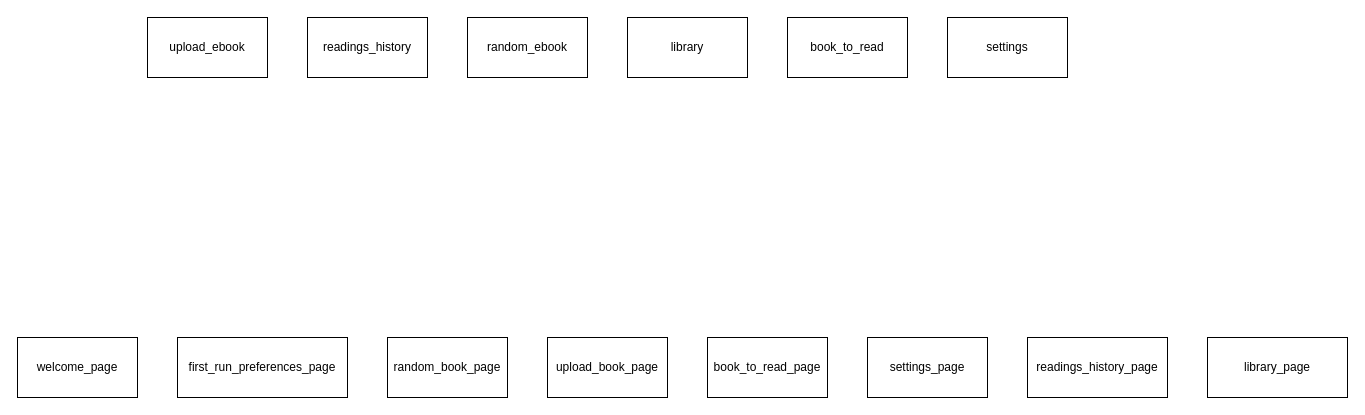
Above: dependencies_graph.drawio in Jurgen-Alla/my-librarian-old- (draw.io), before the change. Source tidied: cells renumbered, new cells numbered last; positions are measured from the earlier drawing's top-left corner, leaving out a move shared by most shapes. Both pictures are drawn from the tidied source at 100%, with x=0, y=0 at pixel (17, 17).
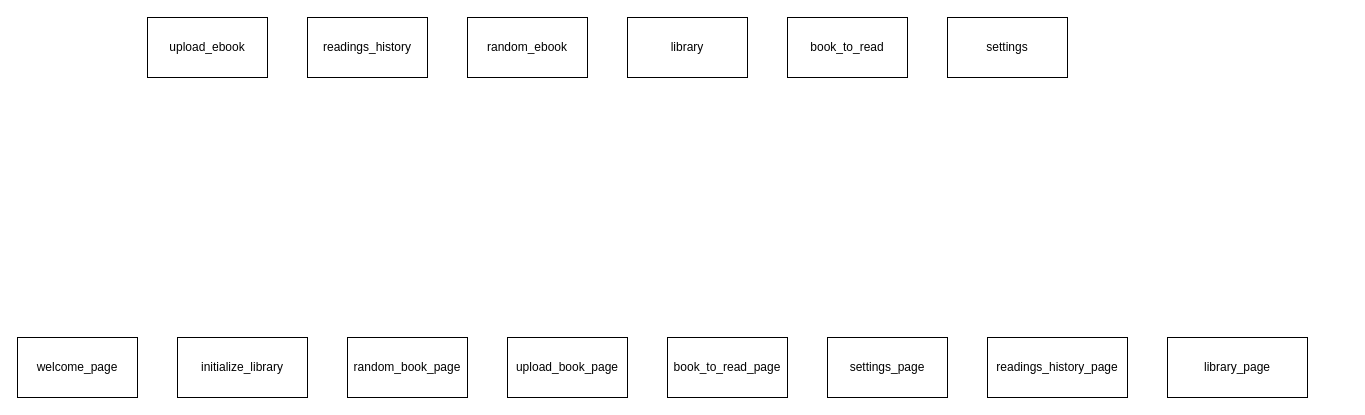
Above is the later version.

What changed in the source:
```diff
@@
 <mxGraphModel>
   <root>
     <mxCell id="0" />
     <mxCell id="1" parent="0" />
     <mxCell id="2" value="upload_ebook" style="rounded=0;whiteSpace=wrap;html=1;" parent="1" vertex="1">
       <mxGeometry x="130" width="120" height="60" as="geometry" />
     </mxCell>
     <mxCell id="3" value="readings_history" style="rounded=0;whiteSpace=wrap;html=1;" parent="1" vertex="1">
       <mxGeometry x="290" width="120" height="60" as="geometry" />
     </mxCell>
     <mxCell id="4" value="random_ebook" style="rounded=0;whiteSpace=wrap;html=1;" parent="1" vertex="1">
       <mxGeometry x="450" width="120" height="60" as="geometry" />
     </mxCell>
     <mxCell id="5" value="library" style="rounded=0;whiteSpace=wrap;html=1;" parent="1" vertex="1">
       <mxGeometry x="610" width="120" height="60" as="geometry" />
     </mxCell>
     <mxCell id="6" value="book_to_read" style="rounded=0;whiteSpace=wrap;html=1;" parent="1" vertex="1">
       <mxGeometry x="770" width="120" height="60" as="geometry" />
     </mxCell>
     <mxCell id="7" value="settings" style="rounded=0;whiteSpace=wrap;html=1;" parent="1" vertex="1">
       <mxGeometry x="930" width="120" height="60" as="geometry" />
     </mxCell>
-    <mxCell id="8" value="first_run_preferences_page" style="rounded=0;whiteSpace=wrap;html=1;" parent="1" vertex="1">
-      <mxGeometry x="160" y="320" width="170" height="60" as="geometry" />
+    <mxCell id="8" value="initialize_library" style="rounded=0;whiteSpace=wrap;html=1;" parent="1" vertex="1">
+      <mxGeometry x="160" y="320" width="130" height="60" as="geometry" />
     </mxCell>
     <mxCell id="9" value="welcome_page" style="rounded=0;whiteSpace=wrap;html=1;" parent="1" vertex="1">
       <mxGeometry y="320" width="120" height="60" as="geometry" />
     </mxCell>
     <mxCell id="10" value="random_book_page" style="rounded=0;whiteSpace=wrap;html=1;" parent="1" vertex="1">
-      <mxGeometry x="370" y="320" width="120" height="60" as="geometry" />
+      <mxGeometry x="330" y="320" width="120" height="60" as="geometry" />
     </mxCell>
     <mxCell id="11" value="upload_book_page" style="rounded=0;whiteSpace=wrap;html=1;" parent="1" vertex="1">
-      <mxGeometry x="530" y="320" width="120" height="60" as="geometry" />
+      <mxGeometry x="490" y="320" width="120" height="60" as="geometry" />
     </mxCell>
     <mxCell id="12" value="book_to_read_page" style="rounded=0;whiteSpace=wrap;html=1;" parent="1" vertex="1">
-      <mxGeometry x="690" y="320" width="120" height="60" as="geometry" />
+      <mxGeometry x="650" y="320" width="120" height="60" as="geometry" />
     </mxCell>
     <mxCell id="13" value="settings_page" style="rounded=0;whiteSpace=wrap;html=1;" parent="1" vertex="1">
-      <mxGeometry x="850" y="320" width="120" height="60" as="geometry" />
+      <mxGeometry x="810" y="320" width="120" height="60" as="geometry" />
     </mxCell>
     <mxCell id="14" value="readings_history_page" style="rounded=0;whiteSpace=wrap;html=1;" parent="1" vertex="1">
-      <mxGeometry x="1010" y="320" width="140" height="60" as="geometry" />
+      <mxGeometry x="970" y="320" width="140" height="60" as="geometry" />
     </mxCell>
     <mxCell id="15" value="library_page" style="rounded=0;whiteSpace=wrap;html=1;" parent="1" vertex="1">
-      <mxGeometry x="1190" y="320" width="140" height="60" as="geometry" />
+      <mxGeometry x="1150" y="320" width="140" height="60" as="geometry" />
     </mxCell>
   </root>
 </mxGraphModel>
```
